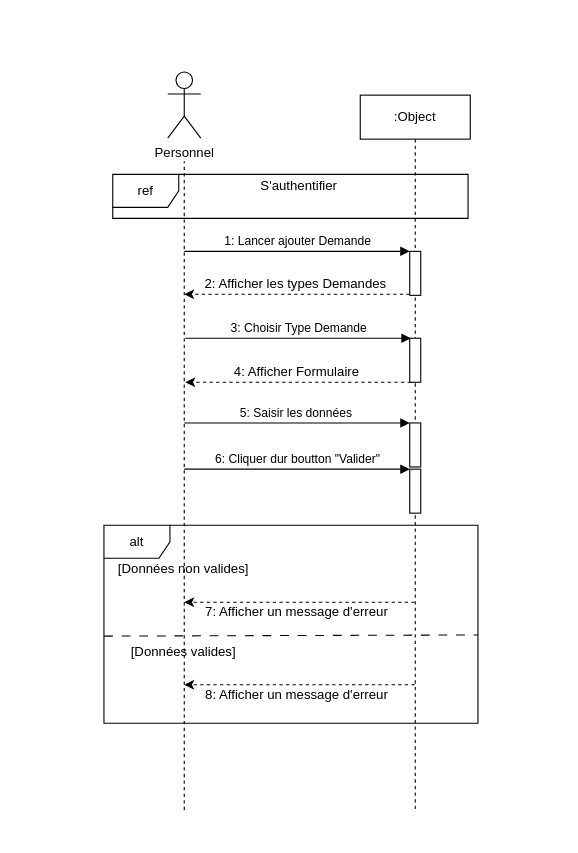
This is Diagramme sans nom.drawio from PORTAIL-RH/Portail-RH-Mobile, a draw.io file, before an edit. Source tidied: cells renumbered, new cells numbered last; positions are measured from the earlier drawing's top-left corner, leaving out a move shared by most shapes. Both pictures are drawn from the tidied source at 110%, with x=0, y=0 at pixel (103, 72).
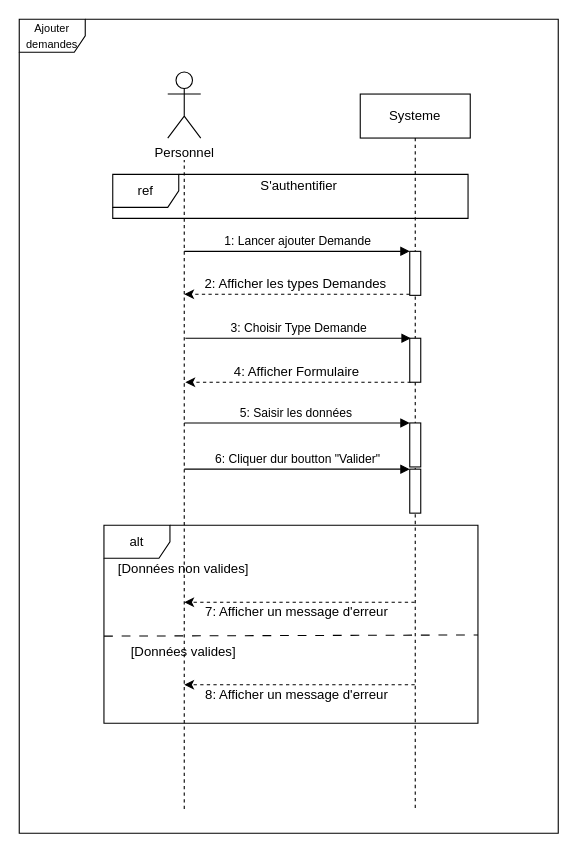
After the change.

Commit message (it also covers changes not shown here):
Mettre à jour Diagramme sans nom.drawio

The edit, as a diff of the source:
```diff
@@
-    <mxCell id="2" value=":Object" style="shape=umlLifeline;perimeter=lifelinePerimeter;whiteSpace=wrap;html=1;newEdgeStyle={&quot;edgeStyle&quot;:&quot;elbowEdgeStyle&quot;,&quot;elbow&quot;:&quot;vertical&quot;,&quot;curved&quot;:0,&quot;rounded&quot;:0};" parent="1" vertex="1">
-      <mxGeometry x="233" y="21" width="100" height="650" as="geometry" />
+    <mxCell id="2" value="Systeme" style="shape=umlLifeline;perimeter=lifelinePerimeter;whiteSpace=wrap;html=1;newEdgeStyle={&quot;edgeStyle&quot;:&quot;elbowEdgeStyle&quot;,&quot;elbow&quot;:&quot;vertical&quot;,&quot;curved&quot;:0,&quot;rounded&quot;:0};" parent="1" vertex="1">
+      <mxGeometry x="233" y="20" width="100" height="650" as="geometry" />
     </mxCell>
     <mxCell id="3" style="html=1;points=[];perimeter=orthogonalPerimeter;outlineConnect=0;targetShapes=umlLifeline;portConstraint=eastwest;newEdgeStyle={&quot;edgeStyle&quot;:&quot;elbowEdgeStyle&quot;,&quot;elbow&quot;:&quot;vertical&quot;,&quot;curved&quot;:0,&quot;rounded&quot;:0};" parent="2" vertex="1">
-      <mxGeometry x="45" y="142" width="10" height="40" as="geometry" />
+      <mxGeometry x="45" y="143" width="10" height="40" as="geometry" />
     </mxCell>
@@
     <mxCell id="6" style="endArrow=none;dashed=1;html=1;rounded=0;" parent="1" edge="1">
       <mxGeometry relative="1" as="geometry">
-        <mxPoint x="73" y="671" as="sourcePoint" />
-        <mxPoint x="73" y="81" as="targetPoint" />
+        <mxPoint x="73" y="670" as="sourcePoint" />
+        <mxPoint x="73" y="80" as="targetPoint" />
       </mxGeometry>
     </mxCell>
@@
+    <mxCell id="27" value="&lt;font style=&quot;font-size: 10px;&quot;&gt;Ajouter demandes&lt;/font&gt;" style="shape=umlFrame;whiteSpace=wrap;html=1;" parent="1" vertex="1">
+      <mxGeometry x="-77" y="-48" width="490" height="740" as="geometry" />
+    </mxCell>
```
